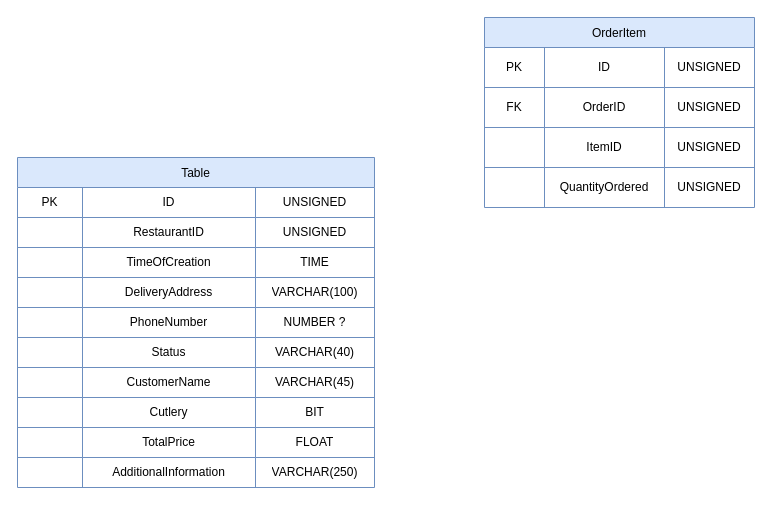
Earlier version of the draw.io diagram page "Model (Order mangement)" (5 of 7) of docs/model+ui+endpoints.drawio (Uber-Summer-Practice-Sofia-2022/uber-summer-practice-docs-faq). Source tidied: cells renumbered, new cells numbered last; positions are measured from the earlier drawing's top-left corner, leaving out a move shared by most shapes. Both pictures are drawn from the tidied source at 100%, with x=0, y=0 at pixel (17, 17).
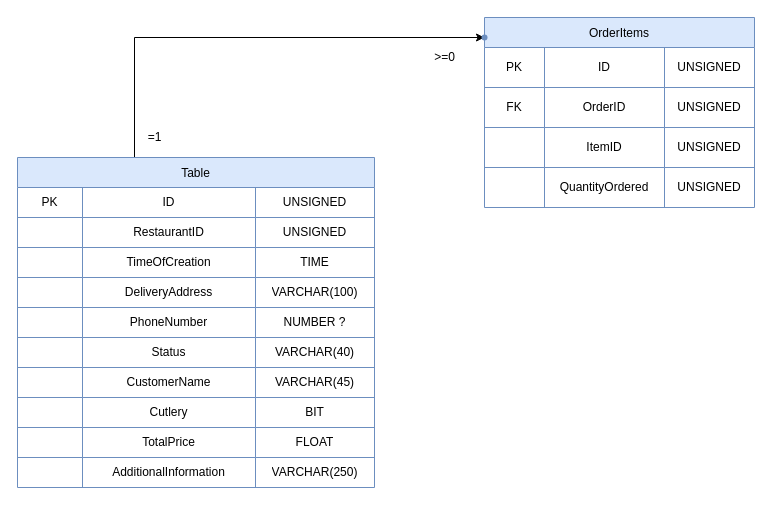
Above is the later version.

Unchanged cells that the change refers to:
```xml
<mxCell id="2" value="Table" style="shape=table;startSize=30;childLayout=tableLayout;fillColor=#dae8fc;strokeColor=#6c8ebf;" parent="1" vertex="1">
  <mxGeometry y="140" width="357" height="330" as="geometry" />
</mxCell>
```

Change to the diagram source:
```diff
@@
+    <mxCell id="60" style="edgeStyle=orthogonalEdgeStyle;rounded=0;jettySize=auto;html=1;entryX=0.41;entryY=0.375;entryDx=0;entryDy=0;entryPerimeter=0;" parent="1" edge="1" source="2" target="61">
+      <mxGeometry relative="1" as="geometry">
+        <Array as="points">
+          <mxPoint x="117" y="20" />
+        </Array>
+      </mxGeometry>
+    </mxCell>
@@
-    <mxCell id="43" value="OrderItem" style="shape=table;startSize=30;childLayout=tableLayout;fillColor=#dae8fc;strokeColor=#6c8ebf;" parent="1" vertex="1">
+    <mxCell id="43" value="OrderItems" style="shape=table;startSize=30;childLayout=tableLayout;fillColor=#dae8fc;strokeColor=#6c8ebf;" parent="1" vertex="1">
       <mxGeometry x="467" width="270" height="190" as="geometry" />
     </mxCell>
@@
+    <mxCell id="61" style="shape=waypoint;sketch=0;size=6;points=[];fillColor=#dae8fc;perimeter=centerPerimeter;snapToPoint=1;strokeColor=#6c8ebf;startSize=30;" parent="1" vertex="1">
+      <mxGeometry x="447" width="40" height="40" as="geometry" />
+    </mxCell>
+    <mxCell id="62" value="=1" style="text;html=1;align=center;verticalAlign=middle;fillColor=none;strokeColor=none;rounded=0;" parent="1" vertex="1">
+      <mxGeometry x="117" y="105" width="40" height="30" as="geometry" />
+    </mxCell>
+    <mxCell id="63" value="&amp;gt;=0" style="text;html=1;align=center;verticalAlign=middle;fillColor=none;strokeColor=none;rounded=0;" parent="1" vertex="1">
+      <mxGeometry x="407" y="25" width="40" height="30" as="geometry" />
+    </mxCell>
```
